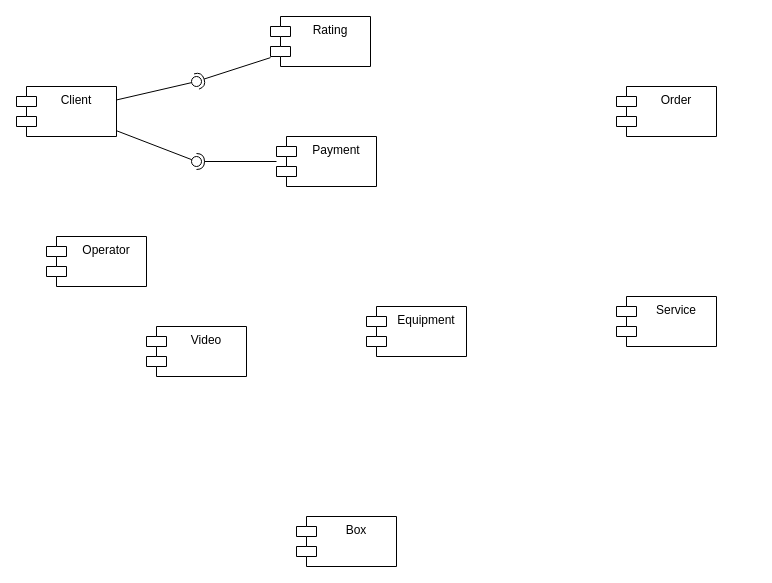
The draw.io diagram page "Components" (4 of 5) of Diagram_1.drawio in vitaliyepikhin/Automated-Car-Wash, before the edit. Source tidied: cells renumbered, new cells numbered last; positions are measured from the earlier drawing's top-left corner, leaving out a move shared by most shapes. Both pictures are drawn from the tidied source at 100%, with x=0, y=0 at pixel (16, 16).
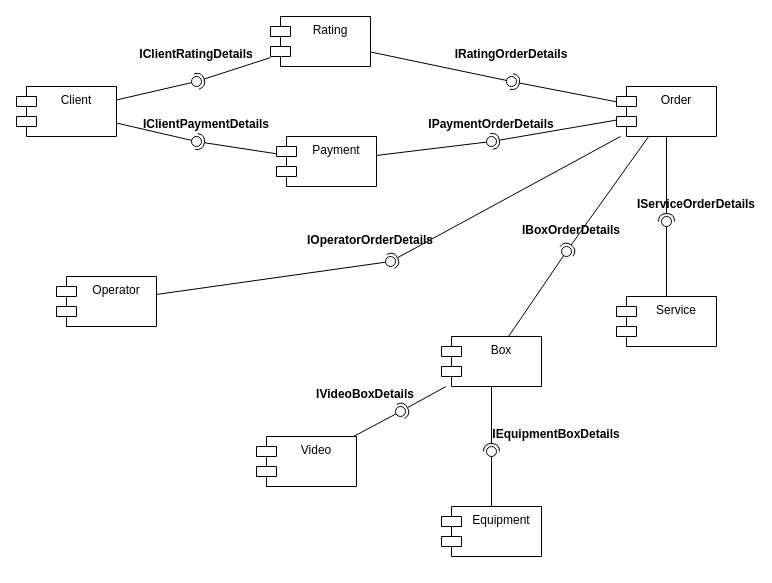
The same page after the edit.

Unchanged cells that the change refers to:
```xml
<mxCell id="4" value="Service" style="shape=module;align=left;spacingLeft=20;align=center;verticalAlign=top;" parent="1" vertex="1">
  <mxGeometry x="600" y="280" width="100" height="50" as="geometry" />
</mxCell>
<mxCell id="5" value="Payment" style="shape=module;align=left;spacingLeft=20;align=center;verticalAlign=top;" parent="1" vertex="1">
  <mxGeometry x="260" y="120" width="100" height="50" as="geometry" />
</mxCell>
<mxCell id="6" value="Rating" style="shape=module;align=left;spacingLeft=20;align=center;verticalAlign=top;" parent="1" vertex="1">
  <mxGeometry x="254" width="100" height="50" as="geometry" />
</mxCell>
<mxCell id="7" value="Order" style="shape=module;align=left;spacingLeft=20;align=center;verticalAlign=top;" parent="1" vertex="1">
  <mxGeometry x="600" y="70" width="100" height="50" as="geometry" />
</mxCell>
```

Diff of the diagram source:
```diff
@@
     <mxCell id="3" value="Equipment" style="shape=module;align=left;spacingLeft=20;align=center;verticalAlign=top;" parent="1" vertex="1">
-      <mxGeometry x="350" y="290" width="100" height="50" as="geometry" />
+      <mxGeometry x="425" y="490" width="100" height="50" as="geometry" />
     </mxCell>
@@
     <mxCell id="8" value="Box" style="shape=module;align=left;spacingLeft=20;align=center;verticalAlign=top;" parent="1" vertex="1">
-      <mxGeometry x="280" y="500" width="100" height="50" as="geometry" />
+      <mxGeometry x="425" y="320" width="100" height="50" as="geometry" />
     </mxCell>
     <mxCell id="9" value="Video" style="shape=module;align=left;spacingLeft=20;align=center;verticalAlign=top;" parent="1" vertex="1">
-      <mxGeometry x="130" y="310" width="100" height="50" as="geometry" />
+      <mxGeometry x="240" y="420" width="100" height="50" as="geometry" />
     </mxCell>
     <mxCell id="10" value="Operator" style="shape=module;align=left;spacingLeft=20;align=center;verticalAlign=top;" parent="1" vertex="1">
-      <mxGeometry x="30" y="220" width="100" height="50" as="geometry" />
+      <mxGeometry x="40" y="260" width="100" height="50" as="geometry" />
     </mxCell>
@@
     <mxCell id="16" style="ellipse;whiteSpace=wrap;html=1;align=center;points=[];outlineConnect=0;sketch=0;" parent="1" vertex="1">
-      <mxGeometry x="175" y="140" width="10" height="10" as="geometry" />
+      <mxGeometry x="175" y="120" width="10" height="10" as="geometry" />
     </mxCell>
+    <mxCell id="17" style="rounded=0;jettySize=auto;html=1;endArrow=none;endFill=0;sketch=0;sourcePerimeterSpacing=0;targetPerimeterSpacing=0;" parent="1" edge="1" source="4" target="19">
+      <mxGeometry relative="1" as="geometry" />
+    </mxCell>
+    <mxCell id="18" style="rounded=0;jettySize=auto;html=1;endArrow=halfCircle;endFill=0;entryX=0.5;entryY=0.5;endSize=6;strokeWidth=1;sketch=0;" parent="1" edge="1" source="7" target="19">
+      <mxGeometry relative="1" as="geometry" />
+    </mxCell>
+    <mxCell id="19" style="ellipse;whiteSpace=wrap;html=1;align=center;points=[];outlineConnect=0;sketch=0;" parent="1" vertex="1">
+      <mxGeometry x="645" y="200" width="10" height="10" as="geometry" />
+    </mxCell>
+    <mxCell id="20" style="rounded=0;jettySize=auto;html=1;endArrow=none;endFill=0;sketch=0;sourcePerimeterSpacing=0;targetPerimeterSpacing=0;" parent="1" edge="1" source="6" target="22">
+      <mxGeometry relative="1" as="geometry" />
+    </mxCell>
+    <mxCell id="21" style="rounded=0;jettySize=auto;html=1;endArrow=halfCircle;endFill=0;entryX=0.5;entryY=0.5;endSize=6;strokeWidth=1;sketch=0;" parent="1" edge="1" source="7" target="22">
+      <mxGeometry relative="1" as="geometry" />
+    </mxCell>
+    <mxCell id="22" style="ellipse;whiteSpace=wrap;html=1;align=center;points=[];outlineConnect=0;sketch=0;" parent="1" vertex="1">
+      <mxGeometry x="490" y="60" width="10" height="10" as="geometry" />
+    </mxCell>
+    <mxCell id="23" style="rounded=0;jettySize=auto;html=1;endArrow=none;endFill=0;sketch=0;sourcePerimeterSpacing=0;targetPerimeterSpacing=0;" parent="1" edge="1" source="5" target="25">
+      <mxGeometry relative="1" as="geometry" />
+    </mxCell>
+    <mxCell id="24" style="rounded=0;jettySize=auto;html=1;endArrow=halfCircle;endFill=0;entryX=0.5;entryY=0.5;endSize=6;strokeWidth=1;sketch=0;" parent="1" edge="1" source="7" target="25">
+      <mxGeometry relative="1" as="geometry" />
+    </mxCell>
+    <mxCell id="25" style="ellipse;whiteSpace=wrap;html=1;align=center;points=[];outlineConnect=0;sketch=0;" parent="1" vertex="1">
+      <mxGeometry x="470" y="120" width="10" height="10" as="geometry" />
+    </mxCell>
+    <mxCell id="26" style="rounded=0;jettySize=auto;html=1;endArrow=none;endFill=0;sketch=0;sourcePerimeterSpacing=0;targetPerimeterSpacing=0;" parent="1" edge="1" source="10" target="28">
+      <mxGeometry relative="1" as="geometry" />
+    </mxCell>
+    <mxCell id="27" style="rounded=0;jettySize=auto;html=1;endArrow=halfCircle;endFill=0;entryX=0.5;entryY=0.5;endSize=6;strokeWidth=1;sketch=0;" parent="1" edge="1" source="7" target="28">
+      <mxGeometry relative="1" as="geometry" />
+    </mxCell>
+    <mxCell id="28" style="ellipse;whiteSpace=wrap;html=1;align=center;points=[];outlineConnect=0;sketch=0;" parent="1" vertex="1">
+      <mxGeometry x="369" y="240" width="10" height="10" as="geometry" />
+    </mxCell>
+    <mxCell id="29" style="rounded=0;jettySize=auto;html=1;endArrow=none;endFill=0;sketch=0;sourcePerimeterSpacing=0;targetPerimeterSpacing=0;" parent="1" edge="1" source="8" target="31">
+      <mxGeometry relative="1" as="geometry" />
+    </mxCell>
+    <mxCell id="30" style="rounded=0;jettySize=auto;html=1;endArrow=halfCircle;endFill=0;entryX=0.5;entryY=0.5;endSize=6;strokeWidth=1;sketch=0;" parent="1" edge="1" source="7" target="31">
+      <mxGeometry relative="1" as="geometry" />
+    </mxCell>
+    <mxCell id="31" style="ellipse;whiteSpace=wrap;html=1;align=center;points=[];outlineConnect=0;sketch=0;" parent="1" vertex="1">
+      <mxGeometry x="545" y="230" width="10" height="10" as="geometry" />
+    </mxCell>
+    <mxCell id="32" style="rounded=0;jettySize=auto;html=1;endArrow=none;endFill=0;sketch=0;sourcePerimeterSpacing=0;targetPerimeterSpacing=0;" parent="1" edge="1" source="3" target="34">
+      <mxGeometry relative="1" as="geometry" />
+    </mxCell>
+    <mxCell id="33" style="rounded=0;jettySize=auto;html=1;endArrow=halfCircle;endFill=0;entryX=0.5;entryY=0.5;endSize=6;strokeWidth=1;sketch=0;" parent="1" edge="1" source="8" target="34">
+      <mxGeometry relative="1" as="geometry" />
+    </mxCell>
+    <mxCell id="34" style="ellipse;whiteSpace=wrap;html=1;align=center;points=[];outlineConnect=0;sketch=0;" parent="1" vertex="1">
+      <mxGeometry x="470" y="430" width="10" height="10" as="geometry" />
+    </mxCell>
+    <mxCell id="35" style="rounded=0;jettySize=auto;html=1;endArrow=none;endFill=0;sketch=0;sourcePerimeterSpacing=0;targetPerimeterSpacing=0;" parent="1" edge="1" source="9" target="37">
+      <mxGeometry relative="1" as="geometry" />
+    </mxCell>
+    <mxCell id="36" style="rounded=0;jettySize=auto;html=1;endArrow=halfCircle;endFill=0;entryX=0.5;entryY=0.5;endSize=6;strokeWidth=1;sketch=0;" parent="1" edge="1" source="8" target="37">
+      <mxGeometry relative="1" as="geometry" />
+    </mxCell>
+    <mxCell id="37" style="ellipse;whiteSpace=wrap;html=1;align=center;points=[];outlineConnect=0;sketch=0;" parent="1" vertex="1">
+      <mxGeometry x="379" y="390" width="10" height="10" as="geometry" />
+    </mxCell>
+    <mxCell id="38" value="IClientRatingDetails" style="text;align=center;fontStyle=1;verticalAlign=middle;spacingLeft=3;spacingRight=3;strokeColor=none;" parent="1" vertex="1">
+      <mxGeometry x="140" y="24" width="80" height="26" as="geometry" />
+    </mxCell>
+    <mxCell id="39" value="IClientPaymentDetails" style="text;align=center;fontStyle=1;verticalAlign=middle;spacingLeft=3;spacingRight=3;strokeColor=none;" parent="1" vertex="1">
+      <mxGeometry x="150" y="94" width="80" height="26" as="geometry" />
+    </mxCell>
+    <mxCell id="40" value="IRatingOrderDetails" style="text;align=center;fontStyle=1;verticalAlign=middle;spacingLeft=3;spacingRight=3;strokeColor=none;" parent="1" vertex="1">
+      <mxGeometry x="455" y="24" width="80" height="26" as="geometry" />
+    </mxCell>
+    <mxCell id="41" value="IPaymentOrderDetails" style="text;align=center;fontStyle=1;verticalAlign=middle;spacingLeft=3;spacingRight=3;strokeColor=none;" parent="1" vertex="1">
+      <mxGeometry x="435" y="94" width="80" height="26" as="geometry" />
+    </mxCell>
+    <mxCell id="42" value="IOperatorOrderDetails" style="text;align=center;fontStyle=1;verticalAlign=middle;spacingLeft=3;spacingRight=3;strokeColor=none;" parent="1" vertex="1">
+      <mxGeometry x="314" y="210" width="80" height="26" as="geometry" />
+    </mxCell>
+    <mxCell id="43" value="IVideoBoxDetails" style="text;align=center;fontStyle=1;verticalAlign=middle;spacingLeft=3;spacingRight=3;strokeColor=none;" parent="1" vertex="1">
+      <mxGeometry x="309" y="364" width="80" height="26" as="geometry" />
+    </mxCell>
+    <mxCell id="44" value="IEquipmentBoxDetails" style="text;align=center;fontStyle=1;verticalAlign=middle;spacingLeft=3;spacingRight=3;strokeColor=none;" parent="1" vertex="1">
+      <mxGeometry x="500" y="404" width="80" height="26" as="geometry" />
+    </mxCell>
+    <mxCell id="45" value="IBoxOrderDetails" style="text;align=center;fontStyle=1;verticalAlign=middle;spacingLeft=3;spacingRight=3;strokeColor=none;" parent="1" vertex="1">
+      <mxGeometry x="515" y="200" width="80" height="26" as="geometry" />
+    </mxCell>
+    <mxCell id="46" value="IServiceOrderDetails" style="text;align=center;fontStyle=1;verticalAlign=middle;spacingLeft=3;spacingRight=3;strokeColor=none;" parent="1" vertex="1">
+      <mxGeometry x="640" y="174" width="80" height="26" as="geometry" />
+    </mxCell>
```
